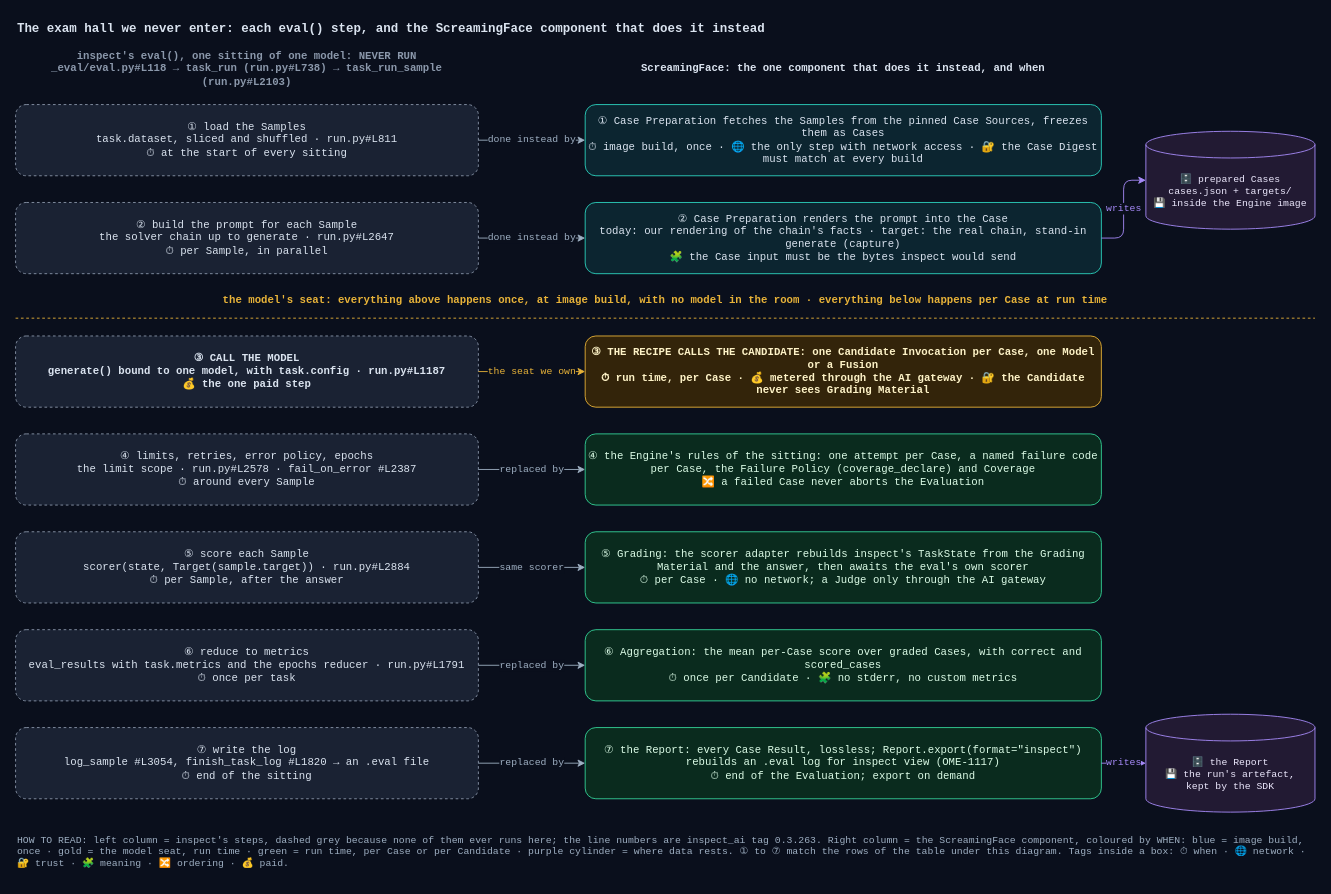
This is apps/screamingface-engine/docs/diagrams/inspect-eval-split.drawio from ScreamingFace/screamingface, a draw.io file, before an edit. Source tidied: cells renumbered, new cells numbered last; positions are measured from the earlier drawing's top-left corner, leaving out a move shared by most shapes. Both pictures are drawn from the tidied source at 89%, with x=0, y=0 at pixel (15, 15).
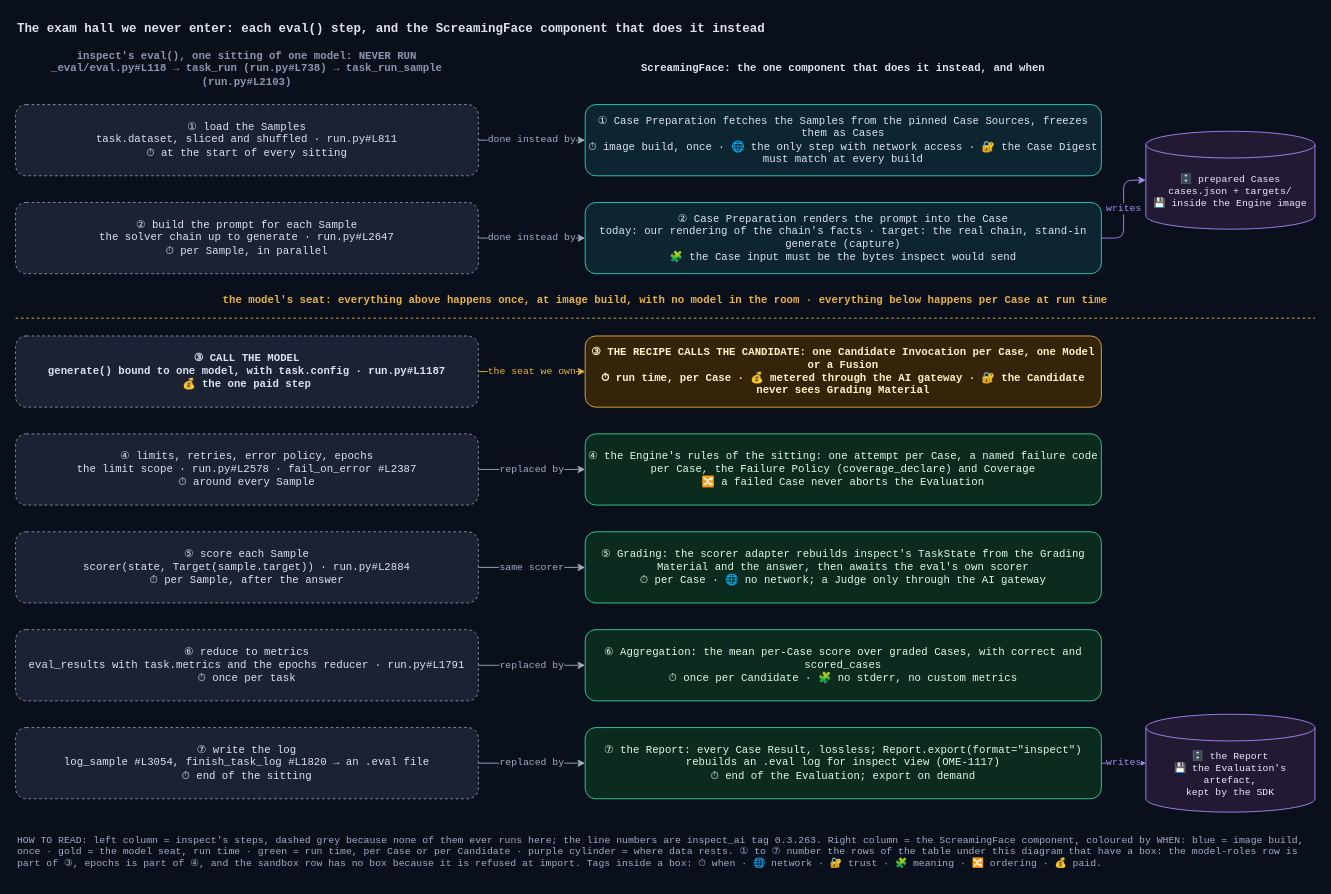
The same diagram, later.

Commit message (it also covers changes not shown here):
docs(screamingface-engine): fix review round 1 on the inspect import page

Diff of the diagram source:
```diff
@@
-    <mxCell id="22" value="🗄️ the Report&#10;💾 the run's artefact,&#10;kept by the SDK" style="shape=cylinder3;whiteSpace=wrap;html=1;fillColor=#221a33;strokeColor=#a78bfa;fontColor=#ede9fe;fontFamily=Courier New;fontSize=11;boundedLbl=1;" parent="1" vertex="1">
+    <mxCell id="22" value="🗄️ the Report&#10;💾 the Evaluation's artefact,&#10;kept by the SDK" style="shape=cylinder3;whiteSpace=wrap;html=1;fillColor=#221a33;strokeColor=#a78bfa;fontColor=#ede9fe;fontFamily=Courier New;fontSize=11;boundedLbl=1;" parent="1" vertex="1">
       <mxGeometry x="1270" y="785" width="190" height="110" as="geometry" />
     </mxCell>
@@
-    <mxCell id="32" value="HOW TO READ: left column = inspect's steps, dashed grey because none of them ever runs here; the line numbers are inspect_ai tag 0.3.263. Right column = the ScreamingFace component, coloured by WHEN: blue = image build, once · gold = the model seat, run time · green = run time, per Case or per Candidate · purple cylinder = where data rests. ① to ⑦ match the rows of the table under this diagram. Tags inside a box: ⏱ when · 🌐 network · 🔐 trust · 🧩 meaning · 🔀 ordering · 💰 paid." style="text;html=1;align=left;verticalAlign=middle;whiteSpace=wrap;fontColor=#9fb0c3;fontFamily=Courier New;fontSize=11;" parent="1" vertex="1">
+    <mxCell id="32" value="HOW TO READ: left column = inspect's steps, dashed grey because none of them ever runs here; the line numbers are inspect_ai tag 0.3.263. Right column = the ScreamingFace component, coloured by WHEN: blue = image build, once · gold = the model seat, run time · green = run time, per Case or per Candidate · purple cylinder = where data rests. ① to ⑦ number the rows of the table under this diagram that have a box: the model-roles row is part of ③, epochs is part of ④, and the sandbox row has no box because it is refused at import. Tags inside a box: ⏱ when · 🌐 network · 🔐 trust · 🧩 meaning · 🔀 ordering · 💰 paid." style="text;html=1;align=left;verticalAlign=middle;whiteSpace=wrap;fontColor=#9fb0c3;fontFamily=Courier New;fontSize=11;" parent="1" vertex="1">
       <mxGeometry y="910" width="1460" height="60" as="geometry" />
     </mxCell>
```
